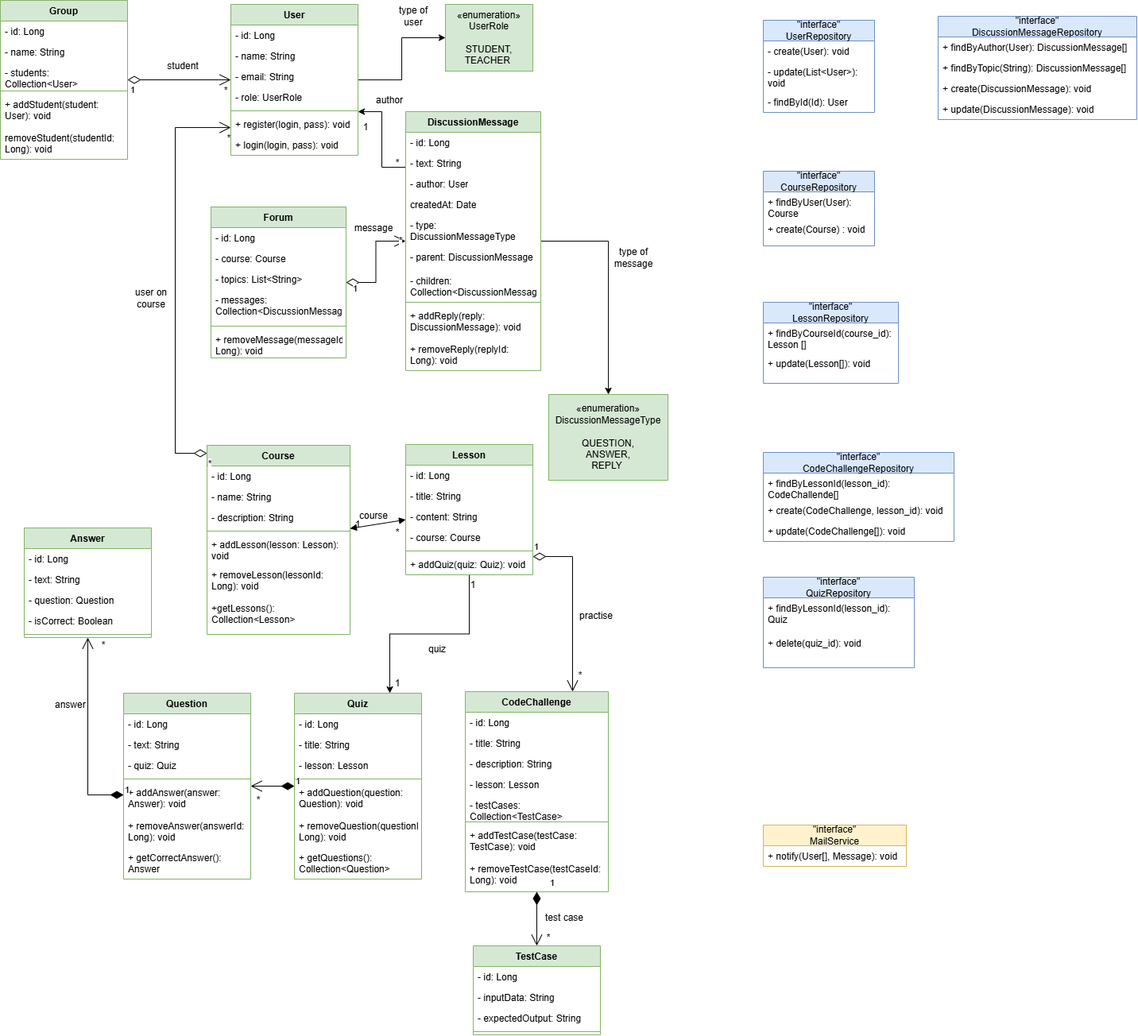
Before: akademia_diagram.png, a diagram exported from draw.io (NikolajHon/Academy_Backend). Source tidied: cells renumbered, new cells last; positions are measured from the earlier drawing's top-left corner, leaving out a move shared by most shapes.
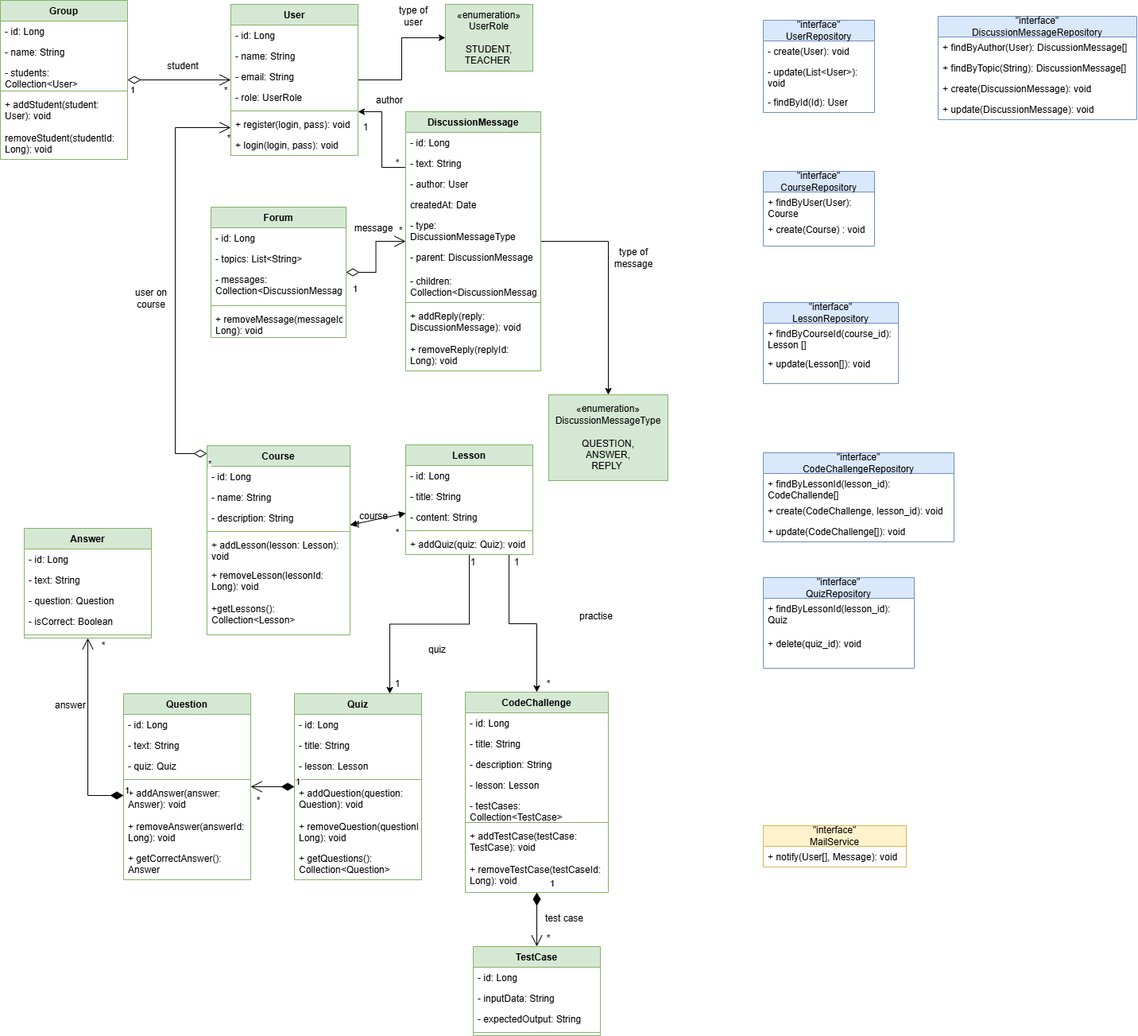
After the change.

Change to the diagram source:
```diff
@@ -29,8 +29,16 @@
     <mxCell id="10" style="edgeStyle=orthogonalEdgeStyle;rounded=0;jettySize=auto;html=1;entryX=0.75;entryY=0;entryDx=0;entryDy=0;" parent="1" edge="1" source="11" target="18">
       <mxGeometry relative="1" as="geometry" />
     </mxCell>
+    <mxCell id="151" style="edgeStyle=orthogonalEdgeStyle;rounded=0;jettySize=auto;html=1;" parent="1" edge="1" source="11" target="40">
+      <mxGeometry relative="1" as="geometry">
+        <Array as="points">
+          <mxPoint x="640" y="784" />
+          <mxPoint x="675" y="784" />
+        </Array>
+      </mxGeometry>
+    </mxCell>
     <mxCell id="11" value="Lesson " style="swimlane;fontStyle=1;align=center;verticalAlign=top;horizontal=1;startSize=26;whiteSpace=wrap;html=1;fillColor=#d5e8d4;strokeColor=#82b366;" parent="1" vertex="1">
-      <mxGeometry x="510" y="559" width="160" height="164" as="geometry" />
+      <mxGeometry x="510" y="559" width="160" height="138" as="geometry" />
     </mxCell>
     <mxCell id="12" value="- id: Long" style="text;strokeColor=none;fillColor=none;align=left;verticalAlign=top;spacingLeft=4;spacingRight=4;overflow=hidden;whiteSpace=wrap;html=1;" parent="11" vertex="1">
       <mxGeometry y="26" width="160" height="26" as="geometry" />
@@ -41,14 +49,11 @@
     <mxCell id="14" value="- content: String" style="text;strokeColor=none;fillColor=none;align=left;verticalAlign=top;spacingLeft=4;spacingRight=4;overflow=hidden;whiteSpace=wrap;html=1;" parent="11" vertex="1">
       <mxGeometry y="78" width="160" height="26" as="geometry" />
     </mxCell>
-    <mxCell id="15" value="- course: Course" style="text;strokeColor=none;fillColor=none;align=left;verticalAlign=top;spacingLeft=4;spacingRight=4;overflow=hidden;whiteSpace=wrap;html=1;" parent="11" vertex="1">
-      <mxGeometry y="104" width="160" height="26" as="geometry" />
-    </mxCell>
     <mxCell id="16" style="line;strokeWidth=1;fillColor=none;align=left;verticalAlign=middle;spacingTop=-1;spacingLeft=3;spacingRight=3;labelPosition=right;strokeColor=inherit;" parent="11" vertex="1">
-      <mxGeometry y="130" width="160" height="8" as="geometry" />
+      <mxGeometry y="104" width="160" height="8" as="geometry" />
     </mxCell>
     <mxCell id="17" value="+&amp;nbsp;addQuiz(quiz: Quiz): void" style="text;strokeColor=none;fillColor=none;align=left;verticalAlign=top;spacingLeft=4;spacingRight=4;overflow=hidden;whiteSpace=wrap;html=1;" parent="11" vertex="1">
-      <mxGeometry y="138" width="160" height="26" as="geometry" />
+      <mxGeometry y="112" width="160" height="26" as="geometry" />
     </mxCell>
     <mxCell id="18" value="Quiz " style="swimlane;fontStyle=1;align=center;verticalAlign=top;horizontal=1;startSize=26;whiteSpace=wrap;html=1;fillColor=#d5e8d4;strokeColor=#82b366;" parent="1" vertex="1">
       <mxGeometry x="370" y="872" width="160" height="234" as="geometry" />
@@ -159,25 +164,22 @@
       <mxGeometry y="104" width="160" height="8" as="geometry" />
     </mxCell>
     <mxCell id="54" value="Forum " style="swimlane;fontStyle=1;align=center;verticalAlign=top;horizontal=1;startSize=26;whiteSpace=wrap;html=1;fillColor=#d5e8d4;strokeColor=#82b366;" parent="1" vertex="1">
-      <mxGeometry x="265" y="260" width="170" height="190" as="geometry" />
+      <mxGeometry x="265" y="260" width="170" height="164" as="geometry" />
     </mxCell>
     <mxCell id="55" value="-&amp;nbsp;id: Long" style="text;strokeColor=none;fillColor=none;align=left;verticalAlign=top;spacingLeft=4;spacingRight=4;overflow=hidden;whiteSpace=wrap;html=1;" parent="54" vertex="1">
       <mxGeometry y="26" width="170" height="26" as="geometry" />
     </mxCell>
-    <mxCell id="56" value="-&amp;nbsp;course: Course" style="text;strokeColor=none;fillColor=none;align=left;verticalAlign=top;spacingLeft=4;spacingRight=4;overflow=hidden;whiteSpace=wrap;html=1;" parent="54" vertex="1">
-      <mxGeometry y="52" width="170" height="26" as="geometry" />
-    </mxCell>
     <mxCell id="57" value="- topics: List&amp;lt;String&amp;gt;" style="text;strokeColor=none;fillColor=none;align=left;verticalAlign=top;spacingLeft=4;spacingRight=4;overflow=hidden;whiteSpace=wrap;html=1;" parent="54" vertex="1">
-      <mxGeometry y="78" width="170" height="26" as="geometry" />
+      <mxGeometry y="52" width="170" height="26" as="geometry" />
     </mxCell>
     <mxCell id="58" value="-&amp;nbsp;messages: Collection&amp;lt;DiscussionMessage&amp;gt;" style="text;strokeColor=none;fillColor=none;align=left;verticalAlign=top;spacingLeft=4;spacingRight=4;overflow=hidden;whiteSpace=wrap;html=1;" parent="54" vertex="1">
-      <mxGeometry y="104" width="170" height="42" as="geometry" />
+      <mxGeometry y="78" width="170" height="42" as="geometry" />
     </mxCell>
     <mxCell id="59" style="line;strokeWidth=1;fillColor=none;align=left;verticalAlign=middle;spacingTop=-1;spacingLeft=3;spacingRight=3;labelPosition=right;strokeColor=inherit;" parent="54" vertex="1">
-      <mxGeometry y="146" width="170" height="8" as="geometry" />
+      <mxGeometry y="120" width="170" height="8" as="geometry" />
     </mxCell>
     <mxCell id="60" value="+&amp;nbsp;removeMessage(messageId: Long): void" style="text;strokeColor=none;fillColor=none;align=left;verticalAlign=top;spacingLeft=4;spacingRight=4;overflow=hidden;whiteSpace=wrap;html=1;" parent="54" vertex="1">
-      <mxGeometry y="154" width="170" height="36" as="geometry" />
+      <mxGeometry y="128" width="170" height="36" as="geometry" />
     </mxCell>
     <mxCell id="61" style="edgeStyle=orthogonalEdgeStyle;rounded=0;jettySize=auto;html=1;" parent="1" edge="1" source="63" target="91">
       <mxGeometry relative="1" as="geometry" />
@@ -325,13 +327,6 @@
     <mxCell id="103" value="1" style="endArrow=open;html=1;endSize=12;startArrow=diamondThin;startSize=14;startFill=1;edgeStyle=orthogonalEdgeStyle;align=left;verticalAlign=bottom;rounded=0;" parent="1" edge="1" source="18" target="26">
       <mxGeometry x="-1" y="3" relative="1" as="geometry" />
     </mxCell>
-    <mxCell id="104" value="1" style="endArrow=open;html=1;endSize=12;startArrow=diamondThin;startSize=14;startFill=0;edgeStyle=orthogonalEdgeStyle;align=left;verticalAlign=bottom;rounded=0;" parent="1" edge="1" source="11" target="40">
-      <mxGeometry x="-1" y="3" relative="1" as="geometry">
-        <Array as="points">
-          <mxPoint x="720" y="700" />
-        </Array>
-      </mxGeometry>
-    </mxCell>
     <mxCell id="105" value="1" style="endArrow=open;html=1;endSize=12;startArrow=diamondThin;startSize=14;startFill=1;edgeStyle=orthogonalEdgeStyle;align=left;verticalAlign=bottom;rounded=0;" parent="1" edge="1" source="40" target="49">
       <mxGeometry x="-1" y="15" relative="1" as="geometry">
         <mxPoint y="-2" as="offset" />
@@ -403,7 +398,7 @@
       <mxGeometry y="70" width="190" height="44" as="geometry" />
     </mxCell>
     <mxCell id="126" value="1" style="text;strokeColor=none;align=center;fillColor=none;html=1;verticalAlign=middle;whiteSpace=wrap;rounded=0;" parent="1" vertex="1">
-      <mxGeometry x="585" y="726" width="20" height="20" as="geometry" />
+      <mxGeometry x="585" y="697" width="20" height="20" as="geometry" />
     </mxCell>
     <mxCell id="127" value="1" style="text;strokeColor=none;align=center;fillColor=none;html=1;verticalAlign=middle;whiteSpace=wrap;rounded=0;" parent="1" vertex="1">
       <mxGeometry x="490" y="850" width="20" height="20" as="geometry" />
@@ -436,7 +431,7 @@
       <mxGeometry x="120" y="802" width="20" height="20" as="geometry" />
     </mxCell>
     <mxCell id="137" value="*" style="text;strokeColor=none;align=center;fillColor=none;html=1;verticalAlign=middle;whiteSpace=wrap;rounded=0;" parent="1" vertex="1">
-      <mxGeometry x="720" y="840" width="20" height="20" as="geometry" />
+      <mxGeometry x="680" y="850" width="20" height="20" as="geometry" />
     </mxCell>
     <mxCell id="138" value="type of message" style="text;strokeColor=none;align=center;fillColor=none;html=1;verticalAlign=middle;whiteSpace=wrap;rounded=0;" parent="1" vertex="1">
       <mxGeometry x="767" y="309" width="60" height="30" as="geometry" />
@@ -477,5 +472,8 @@
     <mxCell id="150" value="practise" style="text;strokeColor=none;align=center;fillColor=none;html=1;verticalAlign=middle;whiteSpace=wrap;rounded=0;" parent="1" vertex="1">
       <mxGeometry x="720" y="760" width="60" height="30" as="geometry" />
     </mxCell>
+    <mxCell id="104" value="1" style="text;strokeColor=none;align=center;fillColor=none;html=1;verticalAlign=middle;whiteSpace=wrap;rounded=0;" parent="1" vertex="1">
+      <mxGeometry x="620" y="692" width="60" height="30" as="geometry" />
+    </mxCell>
   </root>
 </mxGraphModel>
```
